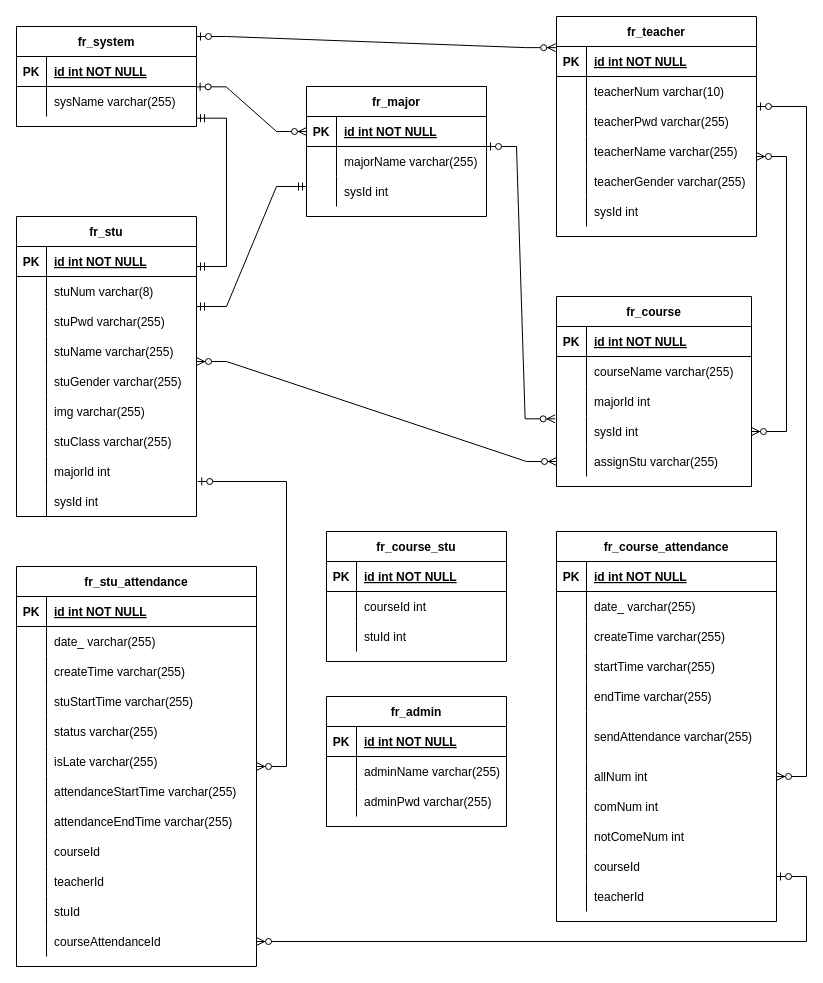
cryingworld/diagram keeps this draw.io diagram as Untitled Diagram.drawio. Above is the earlier version. Source tidied: cells renumbered, new cells numbered last; positions are measured from the earlier drawing's top-left corner, leaving out a move shared by most shapes. Both pictures are drawn from the tidied source at 100%, with x=0, y=0 at pixel (16, 16).
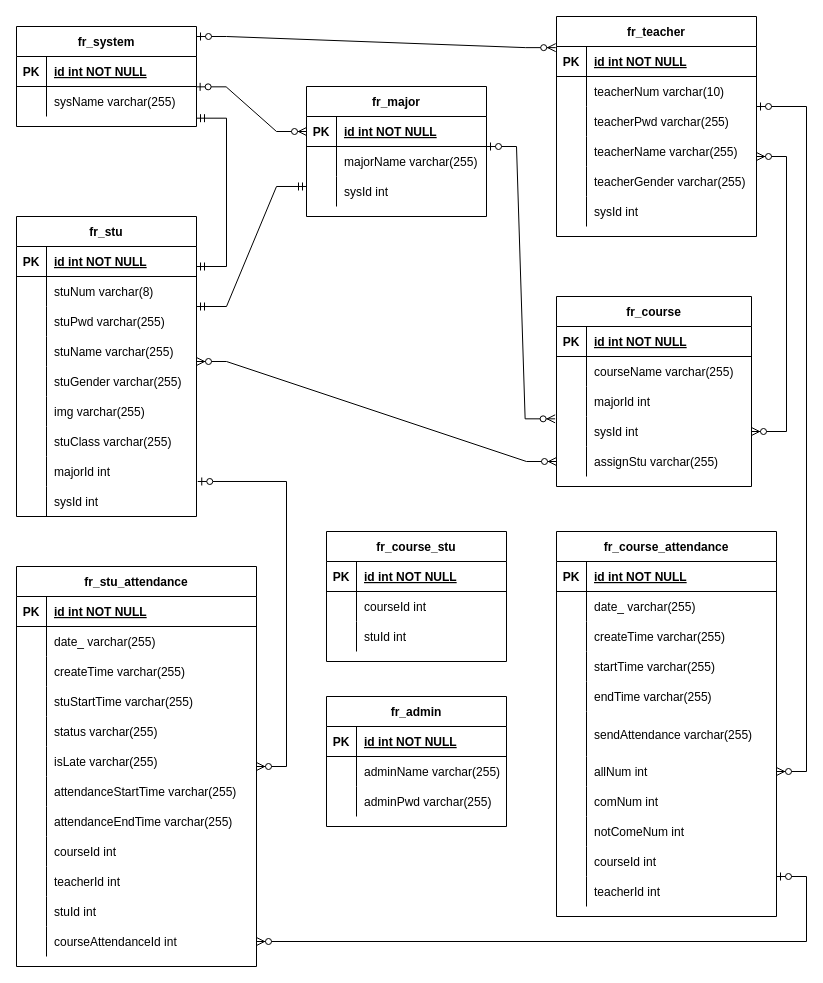
The same page after the edit.

Unchanged cells that the change refers to:
```xml
<mxCell id="161" style="shape=tableRow;horizontal=0;startSize=0;swimlaneHead=0;swimlaneBody=0;fillColor=none;top=0;left=0;right=0;bottom=0;" parent="136" vertex="1">
  <mxGeometry y="270" width="240" height="30" as="geometry" />
</mxCell>
<mxCell id="164" style="shape=tableRow;horizontal=0;startSize=0;swimlaneHead=0;swimlaneBody=0;fillColor=none;top=0;left=0;right=0;bottom=0;" parent="136" vertex="1">
  <mxGeometry y="300" width="240" height="30" as="geometry" />
</mxCell>
<mxCell id="167" style="shape=tableRow;horizontal=0;startSize=0;swimlaneHead=0;swimlaneBody=0;fillColor=none;top=0;left=0;right=0;bottom=0;" parent="136" vertex="1">
  <mxGeometry y="330" width="240" height="30" as="geometry" />
</mxCell>
<mxCell id="170" style="shape=tableRow;horizontal=0;startSize=0;swimlaneHead=0;swimlaneBody=0;fillColor=none;points=[[0,0.5],[1,0.5]];portConstraint=eastwest;top=0;left=0;right=0;bottom=0;" parent="136" vertex="1">
  <mxGeometry y="360" width="240" height="30" as="geometry" />
</mxCell>
```

Change to the diagram source:
```diff
@@
     <mxCell id="102" value="fr_course_attendance" style="shape=table;startSize=30;childLayout=tableLayout;rowLines=0;fontStyle=1;align=center;" parent="1" vertex="1">
-      <mxGeometry x="540" y="515" width="220" height="390" as="geometry" />
+      <mxGeometry x="540" y="515" width="220" height="385" as="geometry" />
     </mxCell>
@@
     <mxCell id="118" style="shape=tableRow;horizontal=0;startSize=0;swimlaneHead=0;swimlaneBody=0;fillColor=none;top=0;left=0;right=0;bottom=0;" parent="102" vertex="1">
-      <mxGeometry y="180" width="220" height="50" as="geometry" />
+      <mxGeometry y="180" width="220" height="45" as="geometry" />
     </mxCell>
     <mxCell id="119" style="shape=partialRectangle;fillColor=none;top=0;left=0;bottom=0;right=0;overflow=hidden;" parent="118" vertex="1">
-      <mxGeometry width="30" height="50" as="geometry" />
+      <mxGeometry width="30" height="45" as="geometry" />
     </mxCell>
     <mxCell id="120" value="sendAttendance varchar(255)" style="shape=partialRectangle;fillColor=none;top=0;left=0;bottom=0;right=0;align=left;spacingLeft=6;overflow=hidden;" parent="118" vertex="1">
-      <mxGeometry x="30" width="190" height="50" as="geometry" />
+      <mxGeometry x="30" width="190" height="45" as="geometry" />
     </mxCell>
     <mxCell id="121" style="shape=tableRow;horizontal=0;startSize=0;swimlaneHead=0;swimlaneBody=0;fillColor=none;points=[[0,0.5],[1,0.5]];portConstraint=eastwest;top=0;left=0;right=0;bottom=0;" parent="102" vertex="1">
-      <mxGeometry y="230" width="220" height="30" as="geometry" />
+      <mxGeometry y="225" width="220" height="30" as="geometry" />
     </mxCell>
@@
     <mxCell id="124" style="shape=tableRow;horizontal=0;startSize=0;swimlaneHead=0;swimlaneBody=0;fillColor=none;top=0;left=0;right=0;bottom=0;" parent="102" vertex="1">
-      <mxGeometry y="260" width="220" height="30" as="geometry" />
+      <mxGeometry y="255" width="220" height="30" as="geometry" />
     </mxCell>
@@
     <mxCell id="127" style="shape=tableRow;horizontal=0;startSize=0;swimlaneHead=0;swimlaneBody=0;fillColor=none;top=0;left=0;right=0;bottom=0;" parent="102" vertex="1">
-      <mxGeometry y="290" width="220" height="30" as="geometry" />
+      <mxGeometry y="285" width="220" height="30" as="geometry" />
     </mxCell>
@@
     <mxCell id="130" style="shape=tableRow;horizontal=0;startSize=0;swimlaneHead=0;swimlaneBody=0;fillColor=none;top=0;left=0;right=0;bottom=0;" parent="102" vertex="1">
-      <mxGeometry y="320" width="220" height="30" as="geometry" />
+      <mxGeometry y="315" width="220" height="30" as="geometry" />
     </mxCell>
@@
-    <mxCell id="132" value="courseId" style="shape=partialRectangle;fillColor=none;top=0;left=0;bottom=0;right=0;align=left;spacingLeft=6;overflow=hidden;" parent="130" vertex="1">
+    <mxCell id="132" value="courseId int" style="shape=partialRectangle;fillColor=none;top=0;left=0;bottom=0;right=0;align=left;spacingLeft=6;overflow=hidden;" parent="130" vertex="1">
       <mxGeometry x="30" width="190" height="30" as="geometry" />
     </mxCell>
     <mxCell id="133" style="shape=tableRow;horizontal=0;startSize=0;swimlaneHead=0;swimlaneBody=0;fillColor=none;top=0;left=0;right=0;bottom=0;" parent="102" vertex="1">
-      <mxGeometry y="350" width="220" height="30" as="geometry" />
+      <mxGeometry y="345" width="220" height="30" as="geometry" />
     </mxCell>
@@
-    <mxCell id="135" value="teacherId" style="shape=partialRectangle;fillColor=none;top=0;left=0;bottom=0;right=0;align=left;spacingLeft=6;overflow=hidden;" parent="133" vertex="1">
+    <mxCell id="135" value="teacherId int" style="shape=partialRectangle;fillColor=none;top=0;left=0;bottom=0;right=0;align=left;spacingLeft=6;overflow=hidden;" parent="133" vertex="1">
       <mxGeometry x="30" width="190" height="30" as="geometry" />
     </mxCell>
@@
-    <mxCell id="163" value="courseId" style="shape=partialRectangle;fillColor=none;top=0;left=0;bottom=0;right=0;align=left;spacingLeft=6;overflow=hidden;" parent="161" vertex="1">
+    <mxCell id="163" value="courseId int" style="shape=partialRectangle;fillColor=none;top=0;left=0;bottom=0;right=0;align=left;spacingLeft=6;overflow=hidden;" parent="161" vertex="1">
       <mxGeometry x="30" width="210" height="30" as="geometry" />
     </mxCell>
@@
-    <mxCell id="166" value="teacherId" style="shape=partialRectangle;fillColor=none;top=0;left=0;bottom=0;right=0;align=left;spacingLeft=6;overflow=hidden;" parent="164" vertex="1">
+    <mxCell id="166" value="teacherId int" style="shape=partialRectangle;fillColor=none;top=0;left=0;bottom=0;right=0;align=left;spacingLeft=6;overflow=hidden;" parent="164" vertex="1">
       <mxGeometry x="30" width="210" height="30" as="geometry" />
     </mxCell>
@@
-    <mxCell id="169" value="stuId" style="shape=partialRectangle;fillColor=none;top=0;left=0;bottom=0;right=0;align=left;spacingLeft=6;overflow=hidden;" parent="167" vertex="1">
+    <mxCell id="169" value="stuId int" style="shape=partialRectangle;fillColor=none;top=0;left=0;bottom=0;right=0;align=left;spacingLeft=6;overflow=hidden;" parent="167" vertex="1">
       <mxGeometry x="30" width="210" height="30" as="geometry" />
     </mxCell>
@@
-    <mxCell id="172" value="courseAttendanceId" style="shape=partialRectangle;fillColor=none;top=0;left=0;bottom=0;right=0;align=left;spacingLeft=6;overflow=hidden;" parent="170" vertex="1">
+    <mxCell id="172" value="courseAttendanceId int" style="shape=partialRectangle;fillColor=none;top=0;left=0;bottom=0;right=0;align=left;spacingLeft=6;overflow=hidden;" parent="170" vertex="1">
       <mxGeometry x="30" width="210" height="30" as="geometry" />
     </mxCell>
```
